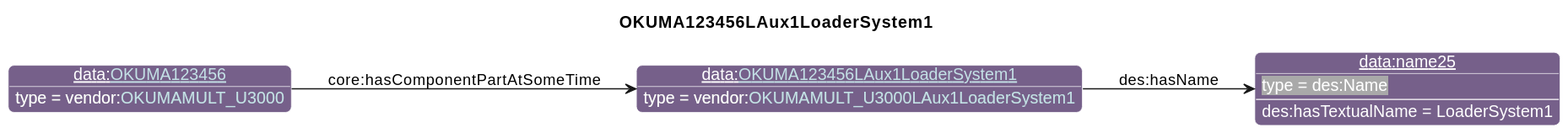
Earlier version of the PlantUML export diagrams/OKUMA123456LAux1LoaderSystem1.svg (iofoundry/example-syseng-mtconnect).
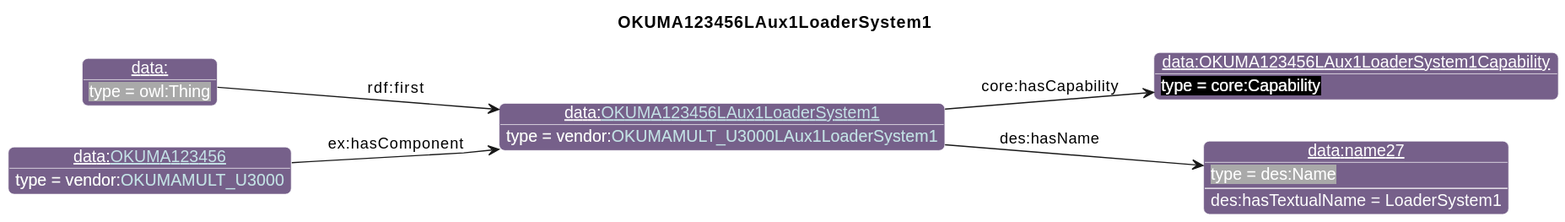
After the commit.

What changed in the source:
```diff
@@ -26,9 +26,13 @@
                       "qp":"641B2E"
       }
 individual(o0, data:[[./OKUMA123456LAux1LoaderSystem1.html OKUMA123456LAux1LoaderSystem1]], vendor:[[../OKUMA.html#OKUMAMULT_U3000LAux1LoaderSystem1 OKUMAMULT_U3000LAux1LoaderSystem1]])
-individual(o1, data:name25, des:Name)
-individual(o2, data:[[./OKUMA123456.html OKUMA123456]], vendor:[[../OKUMA.html#OKUMAMULT_U3000 OKUMAMULT_U3000]])
-property(o0, "des:hasName", o1)
-data(o1, "des:hasTextualName", "LoaderSystem1")
-property(o2, "core:hasComponentPartAtSomeTime", o0)
+individual(o1, data:OKUMA123456LAux1LoaderSystem1Capability, core:Capability)
+individual(o2, data:name27, des:Name)
+individual(o3, data:, owl:Thing)
+individual(o4, data:[[./OKUMA123456.html OKUMA123456]], vendor:[[../OKUMA.html#OKUMAMULT_U3000 OKUMAMULT_U3000]])
+property(o0, "core:hasCapability", o1)
+property(o0, "des:hasName", o2)
+data(o2, "des:hasTextualName", "LoaderSystem1")
+property(o3, "rdf:first", o0)
+property(o4, "ex:hasComponent", o0)
 @enduml
```
